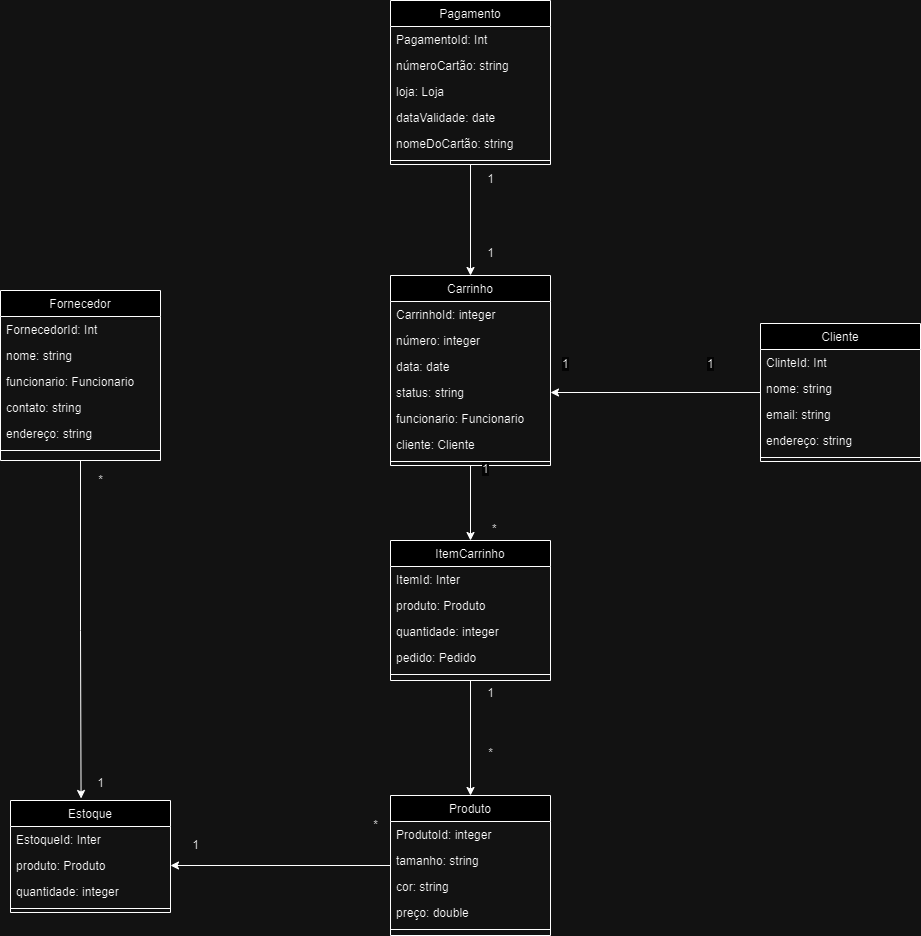
Above: imagem drawio/diagrama.png in Aramischangchain/camisa_online (draw.io), before the change. Source tidied: cells renumbered, new cells last; positions are measured from the earlier drawing's top-left corner, leaving out a move shared by most shapes.
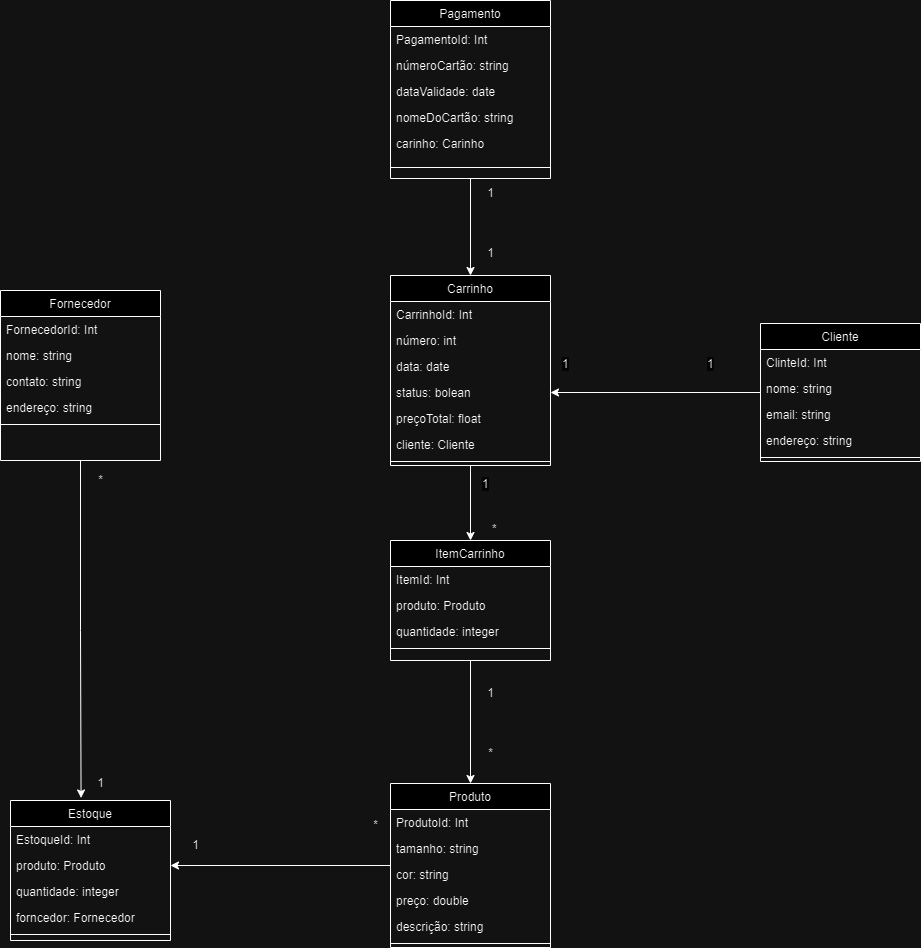
Above is the later version.

The edit, as a diff of the source:
```diff
@@ -29,19 +29,19 @@
     <mxCell id="10" value="Carrinho" style="swimlane;fontStyle=0;align=center;verticalAlign=top;horizontal=1;startSize=26;rounded=0;shadow=0;strokeWidth=1;" parent="1" vertex="1">
       <mxGeometry x="390" y="275" width="160" height="190" as="geometry" />
     </mxCell>
-    <mxCell id="11" value="CarrinhoId: integer  " style="text;align=left;verticalAlign=top;spacingLeft=4;spacingRight=4;overflow=hidden;" parent="10" vertex="1">
+    <mxCell id="11" value="CarrinhoId: Int" style="text;align=left;verticalAlign=top;spacingLeft=4;spacingRight=4;overflow=hidden;" parent="10" vertex="1">
       <mxGeometry y="26" width="160" height="26" as="geometry" />
     </mxCell>
-    <mxCell id="12" value="número: integer  " style="text;align=left;verticalAlign=top;spacingLeft=4;spacingRight=4;overflow=hidden;" parent="10" vertex="1">
+    <mxCell id="12" value="número: int" style="text;align=left;verticalAlign=top;spacingLeft=4;spacingRight=4;overflow=hidden;" parent="10" vertex="1">
       <mxGeometry y="52" width="160" height="26" as="geometry" />
     </mxCell>
     <mxCell id="13" value="data: date  " style="text;align=left;verticalAlign=top;spacingLeft=4;spacingRight=4;overflow=hidden;rounded=0;shadow=0;html=0;" parent="10" vertex="1">
       <mxGeometry y="78" width="160" height="26" as="geometry" />
     </mxCell>
-    <mxCell id="14" value="status: string" style="text;align=left;verticalAlign=top;spacingLeft=4;spacingRight=4;overflow=hidden;points=[[0,0.5],[1,0.5]];portConstraint=eastwest;rounded=0;shadow=0;html=0;" parent="10" vertex="1">
+    <mxCell id="14" value="status: bolean" style="text;align=left;verticalAlign=top;spacingLeft=4;spacingRight=4;overflow=hidden;points=[[0,0.5],[1,0.5]];portConstraint=eastwest;rounded=0;shadow=0;html=0;" parent="10" vertex="1">
       <mxGeometry y="104" width="160" height="26" as="geometry" />
     </mxCell>
-    <mxCell id="15" value="funcionario: Funcionario" style="text;align=left;verticalAlign=top;spacingLeft=4;spacingRight=4;overflow=hidden;rounded=0;shadow=0;html=0;" parent="10" vertex="1">
+    <mxCell id="15" value="preçoTotal: float" style="text;align=left;verticalAlign=top;spacingLeft=4;spacingRight=4;overflow=hidden;rounded=0;shadow=0;html=0;" parent="10" vertex="1">
       <mxGeometry y="130" width="160" height="26" as="geometry" />
     </mxCell>
     <mxCell id="16" value="cliente: Cliente" style="text;align=left;verticalAlign=top;spacingLeft=4;spacingRight=4;overflow=hidden;rounded=0;shadow=0;html=0;" parent="10" vertex="1">
@@ -54,9 +54,9 @@
       <mxGeometry relative="1" as="geometry" />
     </mxCell>
     <mxCell id="19" value="ItemCarrinho" style="swimlane;fontStyle=0;align=center;verticalAlign=top;horizontal=1;startSize=26;rounded=0;shadow=0;strokeWidth=1;" parent="1" vertex="1">
-      <mxGeometry x="390" y="540" width="160" height="140" as="geometry" />
+      <mxGeometry x="390" y="540" width="160" height="120" as="geometry" />
     </mxCell>
-    <mxCell id="20" value="ItemId: Inter" style="text;align=left;verticalAlign=top;spacingLeft=4;spacingRight=4;overflow=hidden;" parent="19" vertex="1">
+    <mxCell id="20" value="ItemId: Int" style="text;align=left;verticalAlign=top;spacingLeft=4;spacingRight=4;overflow=hidden;" parent="19" vertex="1">
       <mxGeometry y="26" width="160" height="26" as="geometry" />
     </mxCell>
     <mxCell id="21" value="produto: Produto" style="text;align=left;verticalAlign=top;spacingLeft=4;spacingRight=4;overflow=hidden;" parent="19" vertex="1">
@@ -65,22 +65,19 @@
     <mxCell id="22" value="quantidade: integer" style="text;align=left;verticalAlign=top;spacingLeft=4;spacingRight=4;overflow=hidden;rounded=0;shadow=0;html=0;" parent="19" vertex="1">
       <mxGeometry y="78" width="160" height="26" as="geometry" />
     </mxCell>
-    <mxCell id="23" value="pedido: Pedido" style="text;align=left;verticalAlign=top;spacingLeft=4;spacingRight=4;overflow=hidden;" parent="19" vertex="1">
-      <mxGeometry y="104" width="160" height="26" as="geometry" />
-    </mxCell>
     <mxCell id="24" style="line;html=1;strokeWidth=1;align=left;verticalAlign=middle;spacingTop=-1;spacingLeft=3;spacingRight=3;labelPosition=right;" parent="19" vertex="1">
-      <mxGeometry y="130" width="160" height="8" as="geometry" />
+      <mxGeometry y="104" width="160" height="8" as="geometry" />
     </mxCell>
     <mxCell id="25" value="&lt;span style=&quot;color: rgb(0, 0, 0); font-family: Helvetica; font-size: 12px; font-style: normal; font-variant-ligatures: normal; font-variant-caps: normal; font-weight: 400; letter-spacing: normal; orphans: 2; text-align: right; text-indent: 0px; text-transform: none; widows: 2; word-spacing: 0px; -webkit-text-stroke-width: 0px; background-color: rgb(251, 251, 251); text-decoration-thickness: initial; text-decoration-style: initial; text-decoration-color: initial; float: none; display: inline !important;&quot;&gt;1&lt;/span&gt;" style="text;whiteSpace=wrap;html=1;" parent="1" vertex="1">
-      <mxGeometry x="480" y="455" width="40" height="20" as="geometry" />
+      <mxGeometry x="480" y="470" width="40" height="20" as="geometry" />
     </mxCell>
     <mxCell id="26" style="edgeStyle=orthogonalEdgeStyle;rounded=0;jettySize=auto;html=1;entryX=1;entryY=0.5;entryDx=0;entryDy=0;" parent="1" edge="1" source="27" target="42">
       <mxGeometry relative="1" as="geometry" />
     </mxCell>
     <mxCell id="27" value="Produto" style="swimlane;fontStyle=0;align=center;verticalAlign=top;horizontal=1;startSize=26;rounded=0;shadow=0;strokeWidth=1;" parent="1" vertex="1">
-      <mxGeometry x="390" y="795" width="160" height="140" as="geometry" />
+      <mxGeometry x="390" y="783" width="160" height="164" as="geometry" />
     </mxCell>
-    <mxCell id="28" value="ProdutoId: integer" style="text;align=left;verticalAlign=top;spacingLeft=4;spacingRight=4;overflow=hidden;" parent="27" vertex="1">
+    <mxCell id="28" value="ProdutoId: Int" style="text;align=left;verticalAlign=top;spacingLeft=4;spacingRight=4;overflow=hidden;" parent="27" vertex="1">
       <mxGeometry y="26" width="160" height="26" as="geometry" />
     </mxCell>
     <mxCell id="29" value="tamanho: string  " style="text;align=left;verticalAlign=top;spacingLeft=4;spacingRight=4;overflow=hidden;rounded=0;shadow=0;html=0;" parent="27" vertex="1">
@@ -92,8 +89,11 @@
     <mxCell id="31" value="preço: double" style="text;align=left;verticalAlign=top;spacingLeft=4;spacingRight=4;overflow=hidden;rounded=0;shadow=0;html=0;" parent="27" vertex="1">
       <mxGeometry y="104" width="160" height="26" as="geometry" />
     </mxCell>
+    <mxCell id="65" value="descrição: string" style="text;align=left;verticalAlign=top;spacingLeft=4;spacingRight=4;overflow=hidden;rounded=0;shadow=0;html=0;" parent="27" vertex="1">
+      <mxGeometry y="130" width="160" height="26" as="geometry" />
+    </mxCell>
     <mxCell id="32" style="line;html=1;strokeWidth=1;align=left;verticalAlign=middle;spacingTop=-1;spacingLeft=3;spacingRight=3;labelPosition=right;" parent="27" vertex="1">
-      <mxGeometry y="130" width="160" height="8" as="geometry" />
+      <mxGeometry y="156" width="160" height="8" as="geometry" />
     </mxCell>
     <mxCell id="33" value="Fornecedor" style="swimlane;fontStyle=0;align=center;verticalAlign=top;horizontal=1;startSize=26;rounded=0;shadow=0;strokeWidth=1;" parent="1" vertex="1">
       <mxGeometry y="290" width="160" height="170" as="geometry" />
@@ -104,22 +104,19 @@
     <mxCell id="35" value="nome: string  " style="text;align=left;verticalAlign=top;spacingLeft=4;spacingRight=4;overflow=hidden;" parent="33" vertex="1">
       <mxGeometry y="52" width="160" height="26" as="geometry" />
     </mxCell>
-    <mxCell id="36" value="funcionario: Funcionario  " style="text;align=left;verticalAlign=top;spacingLeft=4;spacingRight=4;overflow=hidden;" parent="33" vertex="1">
-      <mxGeometry y="78" width="160" height="26" as="geometry" />
-    </mxCell>
     <mxCell id="37" value="contato: string  " style="text;align=left;verticalAlign=top;spacingLeft=4;spacingRight=4;overflow=hidden;rounded=0;shadow=0;html=0;" parent="33" vertex="1">
-      <mxGeometry y="104" width="160" height="26" as="geometry" />
+      <mxGeometry y="78" width="160" height="26" as="geometry" />
     </mxCell>
     <mxCell id="38" value="endereço: string" style="text;align=left;verticalAlign=top;spacingLeft=4;spacingRight=4;overflow=hidden;rounded=0;shadow=0;html=0;" parent="33" vertex="1">
-      <mxGeometry y="130" width="160" height="26" as="geometry" />
+      <mxGeometry y="104" width="160" height="26" as="geometry" />
     </mxCell>
     <mxCell id="39" style="line;html=1;strokeWidth=1;align=left;verticalAlign=middle;spacingTop=-1;spacingLeft=3;spacingRight=3;labelPosition=right;" parent="33" vertex="1">
-      <mxGeometry y="156" width="160" height="8" as="geometry" />
+      <mxGeometry y="130" width="160" height="8" as="geometry" />
     </mxCell>
     <mxCell id="40" value="Estoque" style="swimlane;fontStyle=0;align=center;verticalAlign=top;horizontal=1;startSize=26;rounded=0;shadow=0;strokeWidth=1;" parent="1" vertex="1">
-      <mxGeometry x="10" y="800" width="160" height="112" as="geometry" />
+      <mxGeometry x="10" y="800" width="160" height="140" as="geometry" />
     </mxCell>
-    <mxCell id="41" value="EstoqueId: Inter" style="text;align=left;verticalAlign=top;spacingLeft=4;spacingRight=4;overflow=hidden;" parent="40" vertex="1">
+    <mxCell id="41" value="EstoqueId: Int" style="text;align=left;verticalAlign=top;spacingLeft=4;spacingRight=4;overflow=hidden;" parent="40" vertex="1">
       <mxGeometry y="26" width="160" height="26" as="geometry" />
     </mxCell>
     <mxCell id="42" value="produto: Produto" style="text;align=left;verticalAlign=top;spacingLeft=4;spacingRight=4;overflow=hidden;points=[[0,0.5],[1,0.5]];portConstraint=eastwest;" parent="40" vertex="1">
@@ -128,14 +125,17 @@
     <mxCell id="43" value="quantidade: integer" style="text;align=left;verticalAlign=top;spacingLeft=4;spacingRight=4;overflow=hidden;rounded=0;shadow=0;html=0;" parent="40" vertex="1">
       <mxGeometry y="78" width="160" height="26" as="geometry" />
     </mxCell>
+    <mxCell id="66" value="forncedor: Fornecedor" style="text;align=left;verticalAlign=top;spacingLeft=4;spacingRight=4;overflow=hidden;rounded=0;shadow=0;html=0;" parent="40" vertex="1">
+      <mxGeometry y="104" width="160" height="26" as="geometry" />
+    </mxCell>
     <mxCell id="44" style="line;html=1;strokeWidth=1;align=left;verticalAlign=middle;spacingTop=-1;spacingLeft=3;spacingRight=3;labelPosition=right;" parent="40" vertex="1">
-      <mxGeometry y="104" width="160" height="8" as="geometry" />
+      <mxGeometry y="130" width="160" height="8" as="geometry" />
     </mxCell>
     <mxCell id="45" style="edgeStyle=orthogonalEdgeStyle;rounded=0;jettySize=auto;html=1;entryX=0.5;entryY=0;entryDx=0;entryDy=0;" parent="1" edge="1" source="46" target="10">
       <mxGeometry relative="1" as="geometry" />
     </mxCell>
     <mxCell id="46" value="Pagamento" style="swimlane;fontStyle=0;align=center;verticalAlign=top;horizontal=1;startSize=26;rounded=0;shadow=0;strokeWidth=1;" parent="1" vertex="1">
-      <mxGeometry x="390" width="160" height="164" as="geometry" />
+      <mxGeometry x="390" width="160" height="178" as="geometry" />
     </mxCell>
     <mxCell id="47" value="PagamentoId: Int" style="text;align=left;verticalAlign=top;spacingLeft=4;spacingRight=4;overflow=hidden;" parent="46" vertex="1">
       <mxGeometry y="26" width="160" height="26" as="geometry" />
@@ -143,17 +143,17 @@
     <mxCell id="48" value="númeroCartão: string" style="text;align=left;verticalAlign=top;spacingLeft=4;spacingRight=4;overflow=hidden;" parent="46" vertex="1">
       <mxGeometry y="52" width="160" height="26" as="geometry" />
     </mxCell>
-    <mxCell id="49" value="loja: Loja" style="text;align=left;verticalAlign=top;spacingLeft=4;spacingRight=4;overflow=hidden;" parent="46" vertex="1">
-      <mxGeometry y="78" width="160" height="26" as="geometry" />
-    </mxCell>
     <mxCell id="50" value="dataValidade: date  " style="text;align=left;verticalAlign=top;spacingLeft=4;spacingRight=4;overflow=hidden;rounded=0;shadow=0;html=0;" parent="46" vertex="1">
-      <mxGeometry y="104" width="160" height="26" as="geometry" />
+      <mxGeometry y="78" width="160" height="26" as="geometry" />
     </mxCell>
     <mxCell id="51" value="nomeDoCartão: string" style="text;align=left;verticalAlign=top;spacingLeft=4;spacingRight=4;overflow=hidden;rounded=0;shadow=0;html=0;" parent="46" vertex="1">
-      <mxGeometry y="130" width="160" height="26" as="geometry" />
+      <mxGeometry y="104" width="160" height="26" as="geometry" />
     </mxCell>
+    <mxCell id="67" value="carinho: Carinho" style="text;align=left;verticalAlign=top;spacingLeft=4;spacingRight=4;overflow=hidden;rounded=0;shadow=0;html=0;" parent="46" vertex="1">
+      <mxGeometry y="130" width="160" height="26" as="geometry" />
+    </mxCell>
     <mxCell id="52" style="line;html=1;strokeWidth=1;align=left;verticalAlign=middle;spacingTop=-1;spacingLeft=3;spacingRight=3;labelPosition=right;" parent="46" vertex="1">
-      <mxGeometry y="156" width="160" height="8" as="geometry" />
+      <mxGeometry y="156" width="160" height="22" as="geometry" />
     </mxCell>
     <mxCell id="53" value="&lt;span style=&quot;color: rgb(0, 0, 0); font-family: Helvetica; font-size: 12px; font-style: normal; font-variant-ligatures: normal; font-variant-caps: normal; font-weight: 400; letter-spacing: normal; orphans: 2; text-align: right; text-indent: 0px; text-transform: none; widows: 2; word-spacing: 0px; -webkit-text-stroke-width: 0px; background-color: rgb(251, 251, 251); text-decoration-thickness: initial; text-decoration-style: initial; text-decoration-color: initial; float: none; display: inline !important;&quot;&gt;1&lt;/span&gt;" style="text;whiteSpace=wrap;html=1;" parent="1" vertex="1">
       <mxGeometry x="560" y="350" width="40" height="20" as="geometry" />
@@ -186,7 +186,7 @@
       <mxGeometry x="85" y="768" width="30" height="30" as="geometry" />
     </mxCell>
     <mxCell id="63" value="1" style="text;html=1;align=center;verticalAlign=middle;strokeColor=none;fillColor=none;" parent="1" vertex="1">
-      <mxGeometry x="475" y="164" width="30" height="30" as="geometry" />
+      <mxGeometry x="475" y="178" width="30" height="30" as="geometry" />
     </mxCell>
     <mxCell id="64" value="1" style="text;html=1;align=center;verticalAlign=middle;strokeColor=none;fillColor=none;" parent="1" vertex="1">
       <mxGeometry x="475" y="238" width="30" height="30" as="geometry" />
```
